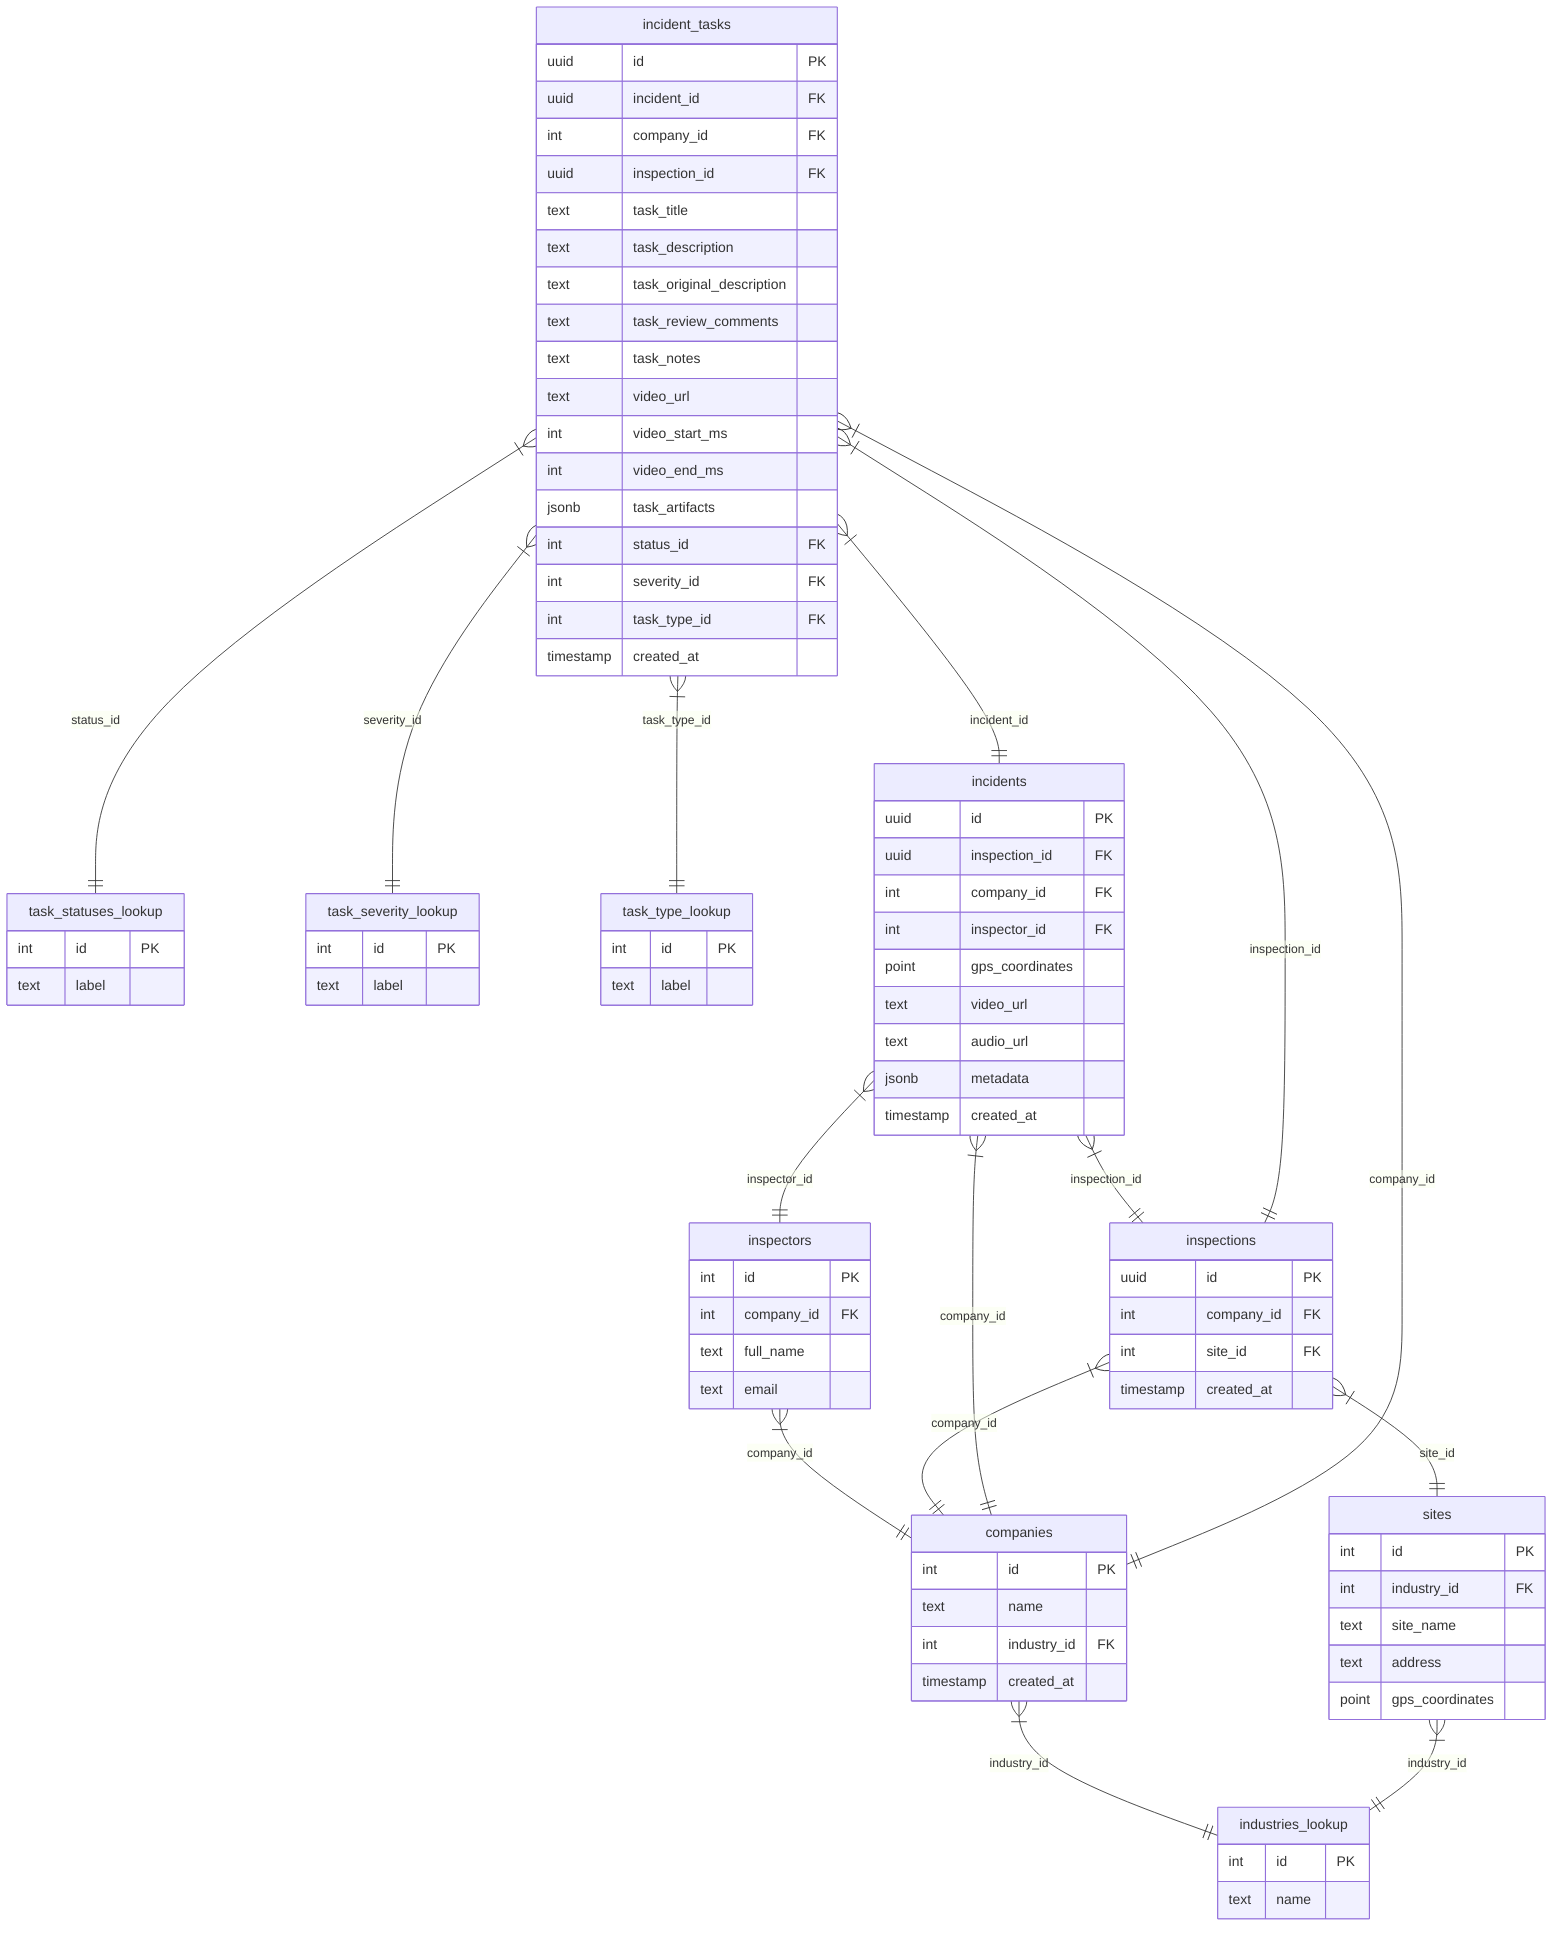
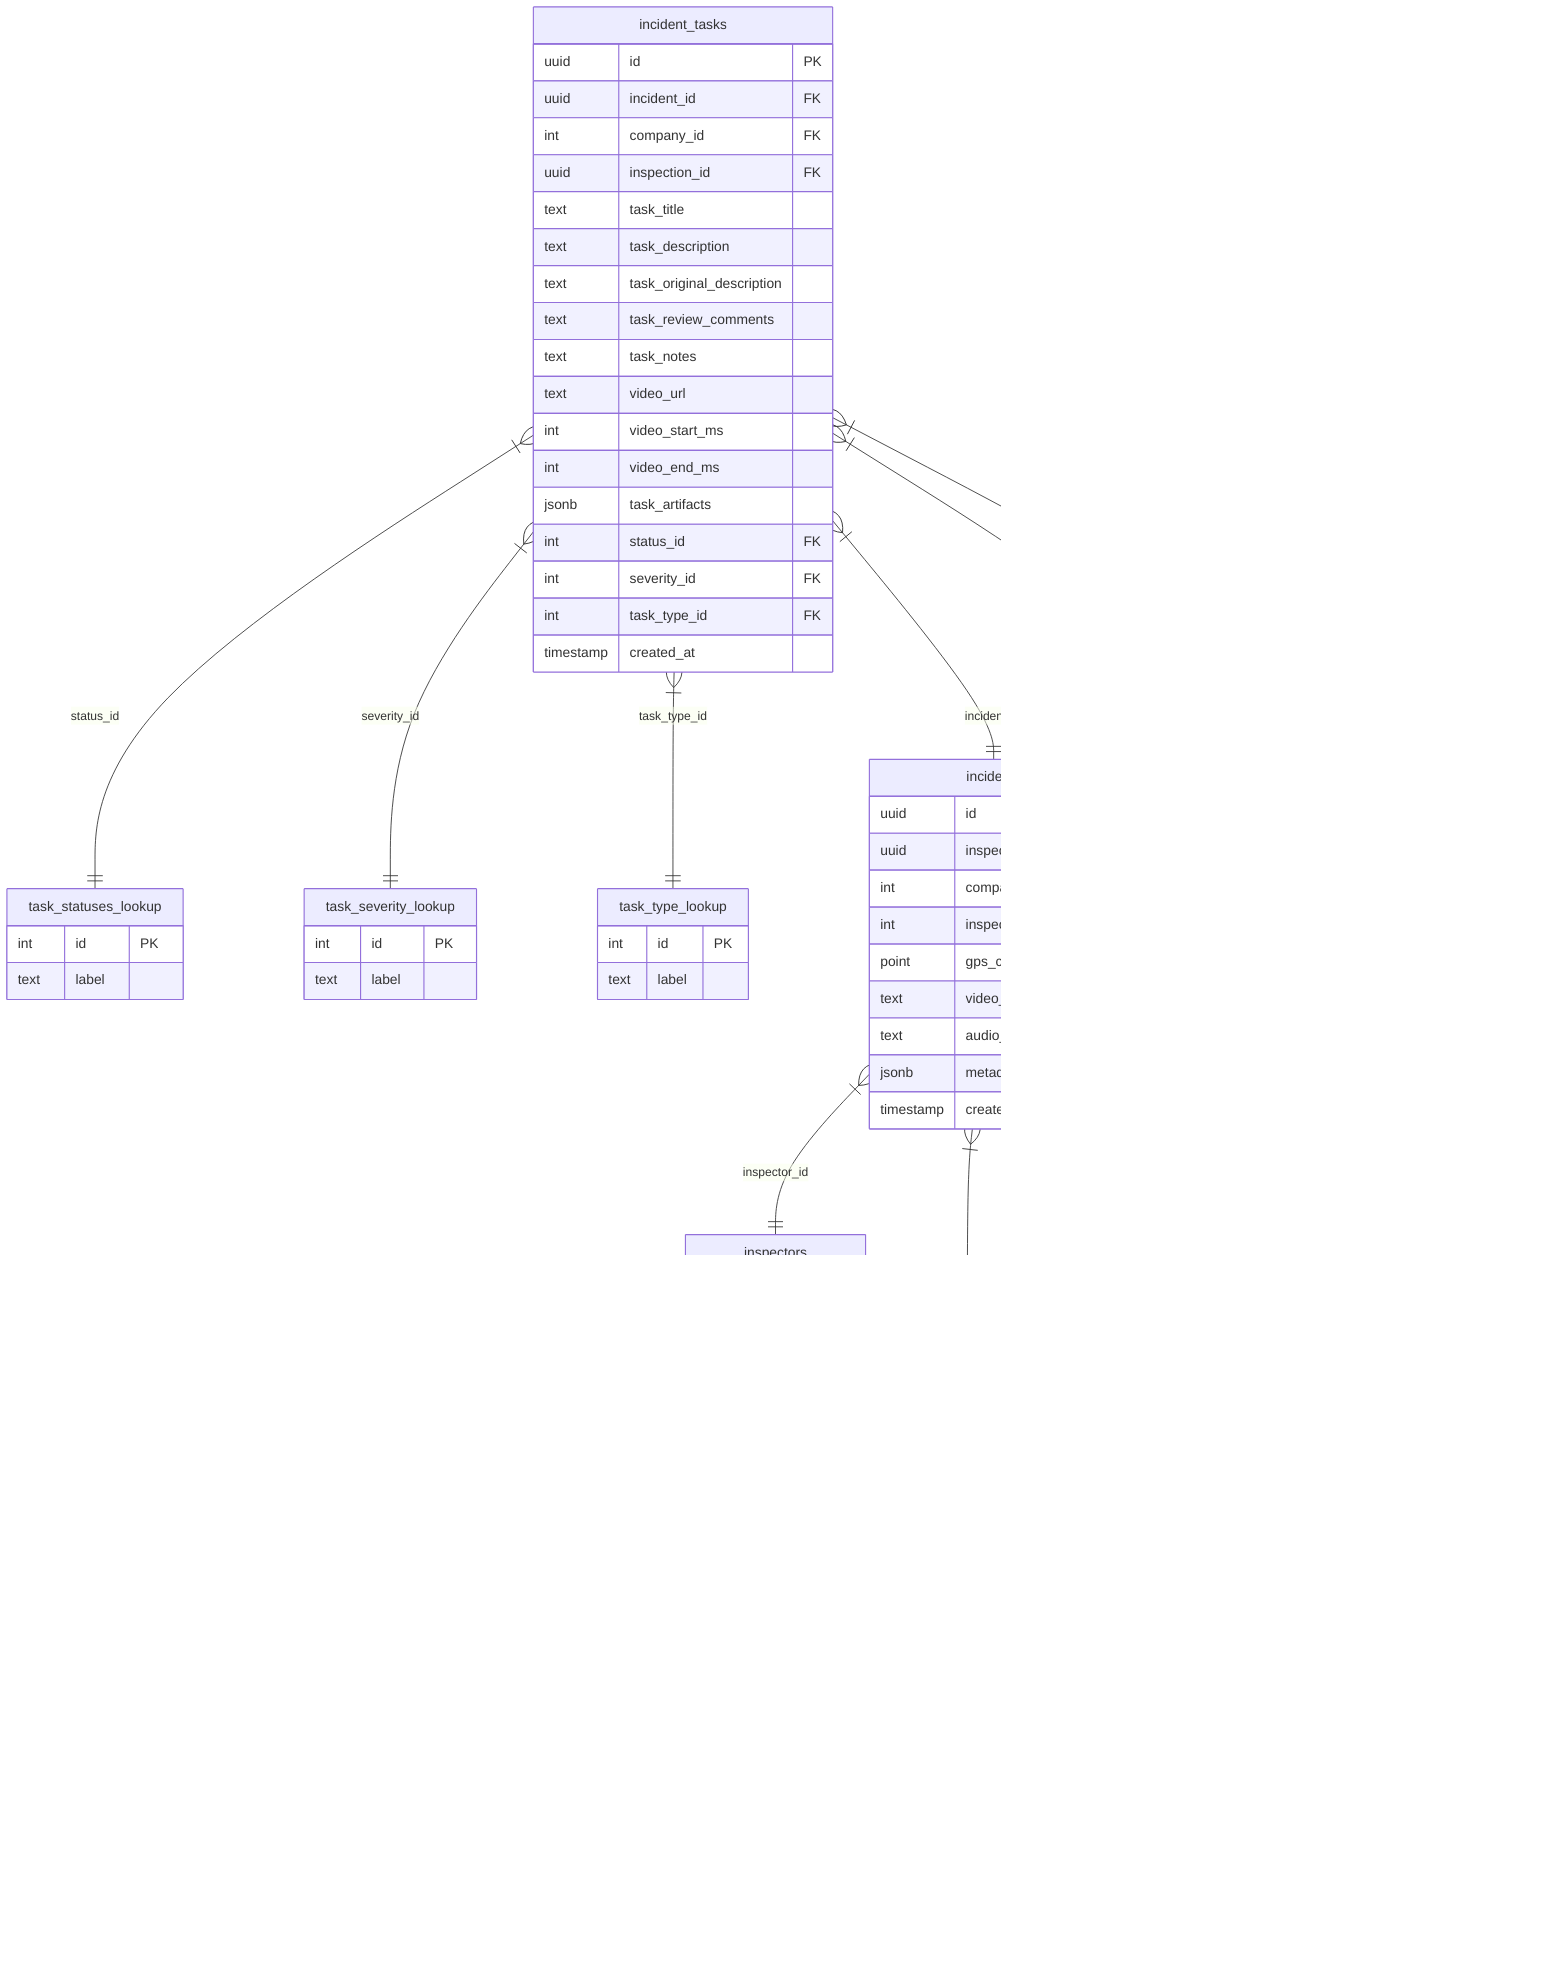
erDiagram
    industries_lookup {
        int id PK
        text name
    }
    task_statuses_lookup {
        int id PK
        text label
    }
    task_severity_lookup {
        int id PK
        text label
    }
    task_type_lookup {
        int id PK
        text label
    }
    companies {
        int id PK
        text name
        int industry_id FK
        timestamp created_at
    }
    inspectors {
        int id PK
        int company_id FK
        text full_name
        text email
    }
    sites {
        int id PK
        int industry_id FK
        text site_name
        text address
        point gps_coordinates
    }
    inspections {
        uuid id PK
        int company_id FK
        int site_id FK
+         text FriendlyName
        timestamp created_at
    }
    incidents {
        uuid id PK
        uuid inspection_id FK
        int company_id FK
        int inspector_id FK
        point gps_coordinates
        text video_url
        text audio_url
        jsonb metadata
        timestamp created_at
    }
    incident_tasks {
        uuid id PK
        uuid incident_id FK
        int company_id FK
        uuid inspection_id FK
        text task_title
        text task_description
        text task_original_description
        text task_review_comments
        text task_notes
        text video_url
        int video_start_ms
        int video_end_ms
        jsonb task_artifacts
        int status_id FK
        int severity_id FK
        int task_type_id FK
        timestamp created_at
    }

    companies }|--|| industries_lookup : "industry_id"
    inspectors }|--|| companies : "company_id"
    sites }|--|| industries_lookup : "industry_id"
    inspections }|--|| companies : "company_id"
    inspections }|--|| sites : "site_id"
    incidents }|--|| inspections : "inspection_id"
    incidents }|--|| companies : "company_id"
    incidents }|--|| inspectors : "inspector_id"
    incident_tasks }|--|| incidents : "incident_id"
    incident_tasks }|--|| companies : "company_id"
    incident_tasks }|--|| inspections : "inspection_id"
    incident_tasks }|--|| task_statuses_lookup : "status_id"
    incident_tasks }|--|| task_severity_lookup : "severity_id"
    incident_tasks }|--|| task_type_lookup : "task_type_id"
